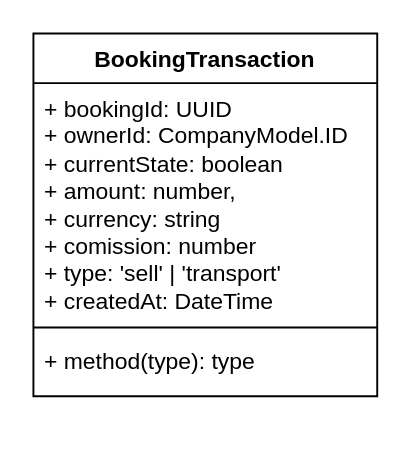
maxCheptea/Diagrams keeps this draw.io diagram as page "Booking flow" (3 of 3) of GBS/GBS_Booking_flow.drawio. Above is the earlier version. Source tidied: cells renumbered, new cells numbered last; positions are measured from the earlier drawing's top-left corner, leaving out a move shared by most shapes. Both pictures are drawn from the tidied source at 191%, with x=0, y=0 at pixel (32, 32).
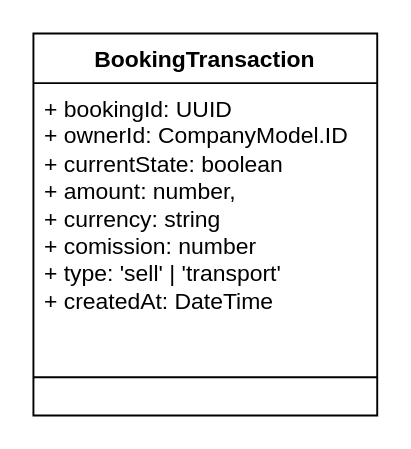
Above is the later version.

The edit, as a diff of the source:
```diff
@@
 <mxGraphModel>
   <root>
     <mxCell id="0" />
     <mxCell id="1" parent="0" />
     <mxCell id="2" value="BookingTransaction&lt;div&gt;&lt;br&gt;&lt;/div&gt;" style="swimlane;fontStyle=1;align=center;verticalAlign=top;horizontal=1;startSize=26;whiteSpace=wrap;html=1;" parent="1" vertex="1">
-      <mxGeometry width="180" height="190" as="geometry" />
+      <mxGeometry width="180" height="200" as="geometry" />
     </mxCell>
     <mxCell id="3" value="+ bookingId: UUID&lt;div&gt;+ ownerId: CompanyModel.ID&lt;/div&gt;&lt;div&gt;+ currentState: boolean&lt;/div&gt;&lt;div&gt;+ amount: number,&lt;/div&gt;&lt;div&gt;+ currency: string&lt;/div&gt;&lt;div&gt;+ comission: number&lt;/div&gt;&lt;div&gt;+ type: 'sell' | 'transport'&lt;br&gt;&lt;div&gt;+ createdAt: DateTime&lt;/div&gt;&lt;div&gt;&lt;br&gt;&lt;/div&gt;&lt;/div&gt;" style="text;strokeColor=none;fillColor=none;align=left;verticalAlign=top;spacingLeft=4;spacingRight=4;overflow=hidden;whiteSpace=wrap;html=1;" parent="2" vertex="1">
-      <mxGeometry y="26" width="180" height="124" as="geometry" />
+      <mxGeometry y="26" width="180" height="134" as="geometry" />
     </mxCell>
     <mxCell id="4" style="line;strokeWidth=1;fillColor=none;align=left;verticalAlign=middle;spacingTop=-1;spacingLeft=3;spacingRight=3;labelPosition=right;strokeColor=inherit;" parent="2" vertex="1">
-      <mxGeometry y="150" width="180" height="8" as="geometry" />
+      <mxGeometry y="160" width="180" height="40" as="geometry" />
     </mxCell>
-    <mxCell id="5" value="+ method(type): type" style="text;strokeColor=none;fillColor=none;align=left;verticalAlign=top;spacingLeft=4;spacingRight=4;overflow=hidden;whiteSpace=wrap;html=1;" parent="2" vertex="1">
-      <mxGeometry y="158" width="180" height="32" as="geometry" />
-    </mxCell>
   </root>
 </mxGraphModel>
```
